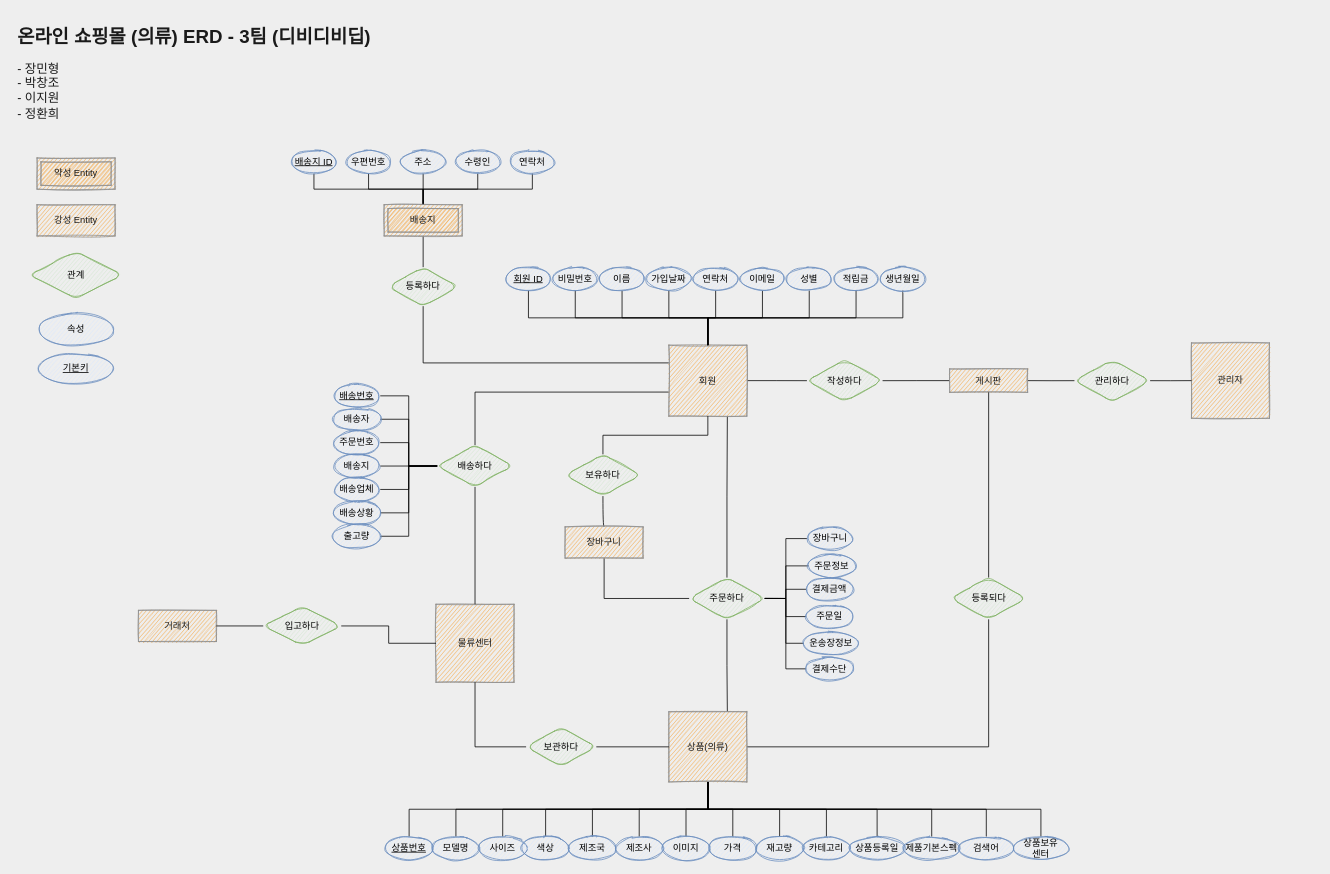
The draw.io diagram page "페이지-2의 복사본" (3 of 4) of Untitled Diagram.drawio in pcjo1202/DataBase-design, before the edit. Source tidied: cells renumbered, new cells numbered last; positions are measured from the earlier drawing's top-left corner, leaving out a move shared by most shapes. Both pictures are drawn from the tidied source at 78%, with x=0, y=0 at pixel (13, 21).
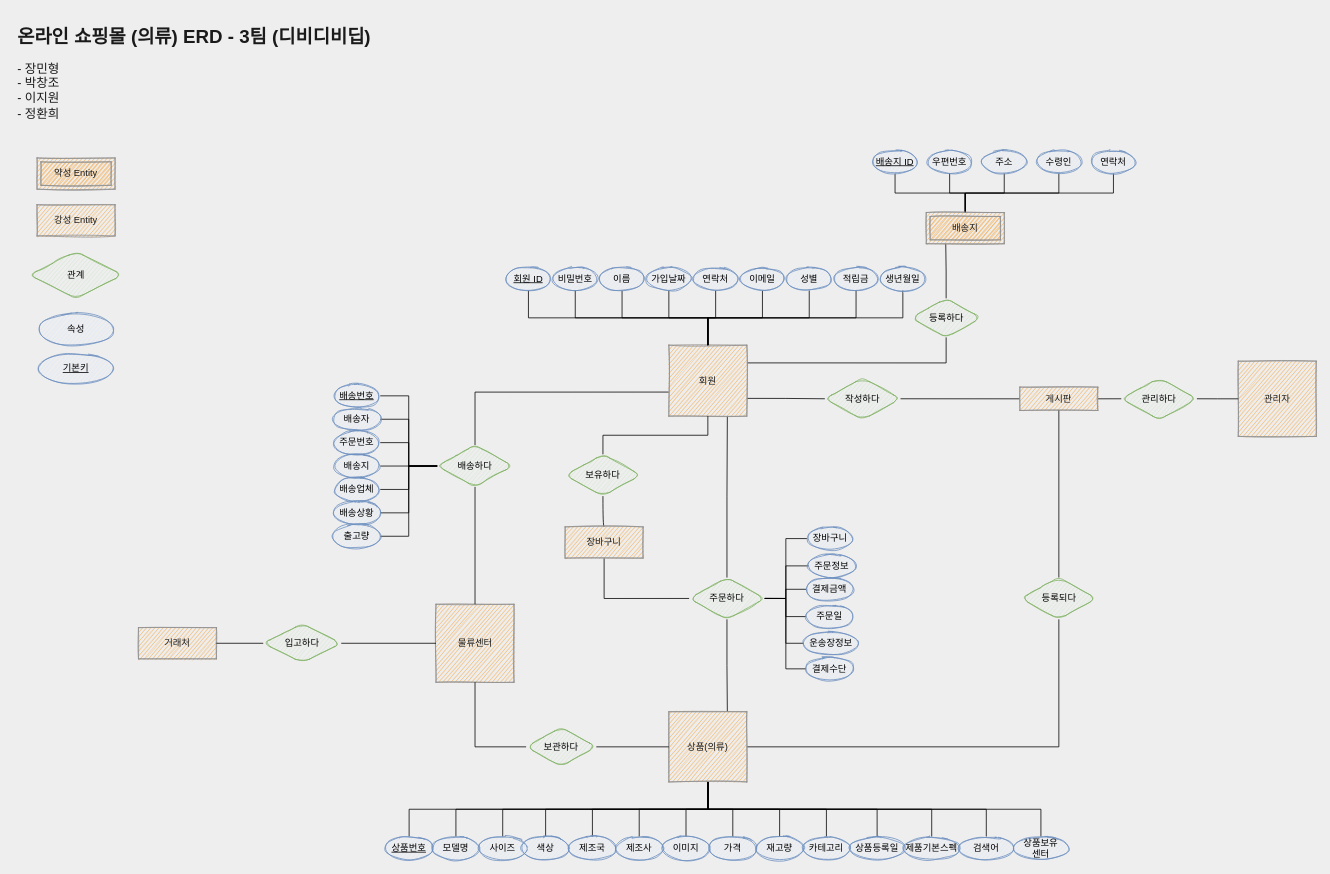
After the change.

Commit message:
이쁘게 수정

The change refers to these unchanged cells:
```xml
<mxCell id="29" value="회원" style="whiteSpace=wrap;html=1;align=center;rounded=0;sketch=1;fontColor=#1A1A1A;strokeColor=#909090;fillColor=#F5AB50;" parent="1" vertex="1">
  <mxGeometry x="840" y="415" width="100" height="91" as="geometry" />
</mxCell>
```

What changed in the source:
```diff
@@
-    <mxCell id="13" style="edgeStyle=orthogonalEdgeStyle;jettySize=auto;html=1;exitX=0.5;exitY=0;exitDx=0;exitDy=0;entryX=0.5;entryY=1;entryDx=0;entryDy=0;endArrow=none;endFill=0;rounded=0;" parent="1" edge="1" source="14" target="20">
+    <mxCell id="13" style="edgeStyle=orthogonalEdgeStyle;jettySize=auto;html=1;exitX=0.5;exitY=0;exitDx=0;exitDy=0;entryX=0.25;entryY=1;entryDx=0;entryDy=0;endArrow=none;endFill=0;rounded=0;" parent="1" edge="1" source="14" target="20">
       <mxGeometry relative="1" as="geometry" />
     </mxCell>
     <mxCell id="14" value="등록하다" style="shape=rhombus;perimeter=rhombusPerimeter;whiteSpace=wrap;html=1;align=center;fillColor=#d5e8d4;strokeColor=#82b366;sketch=1;rounded=1;" parent="1" vertex="1">
-      <mxGeometry x="480" y="315" width="90" height="50" as="geometry" />
+      <mxGeometry x="1150.5" y="355" width="90" height="50" as="geometry" />
     </mxCell>
@@
     <mxCell id="20" value="배송지" style="shape=ext;margin=3;double=1;whiteSpace=wrap;html=1;align=center;rounded=0;sketch=1;fontColor=#1A1A1A;strokeColor=#909090;fillColor=#F5AB50;" parent="1" vertex="1">
-      <mxGeometry x="475" y="235" width="100" height="40" as="geometry" />
+      <mxGeometry x="1170" y="245" width="100" height="40" as="geometry" />
     </mxCell>
@@
-    <mxCell id="27" style="edgeStyle=orthogonalEdgeStyle;jettySize=auto;html=1;exitX=1;exitY=0.5;exitDx=0;exitDy=0;entryX=0;entryY=0.5;entryDx=0;entryDy=0;endArrow=none;endFill=0;rounded=0;" parent="1" edge="1" source="29" target="73">
+    <mxCell id="27" style="edgeStyle=orthogonalEdgeStyle;jettySize=auto;html=1;exitX=1;exitY=0.75;exitDx=0;exitDy=0;entryX=0;entryY=0.5;entryDx=0;entryDy=0;endArrow=none;endFill=0;rounded=0;" parent="1" edge="1" source="29" target="73">
       <mxGeometry relative="1" as="geometry" />
     </mxCell>
-    <mxCell id="28" style="edgeStyle=orthogonalEdgeStyle;jettySize=auto;html=1;exitX=0;exitY=0.25;exitDx=0;exitDy=0;entryX=0.5;entryY=1;entryDx=0;entryDy=0;endArrow=none;endFill=0;rounded=0;" parent="1" edge="1" source="29" target="14">
+    <mxCell id="28" style="edgeStyle=orthogonalEdgeStyle;jettySize=auto;html=1;entryX=0.5;entryY=1;entryDx=0;entryDy=0;endArrow=none;endFill=0;rounded=0;exitX=1;exitY=0.25;exitDx=0;exitDy=0;" parent="1" edge="1" source="29" target="14">
       <mxGeometry relative="1" as="geometry" />
     </mxCell>
@@
     <mxCell id="46" value="배송지 ID" style="ellipse;whiteSpace=wrap;html=1;align=center;fontStyle=4;rounded=0;sketch=1;strokeColor=#6c8ebf;fillColor=#dae8fc;" parent="1" vertex="1">
-      <mxGeometry x="355" y="165" width="60" height="30" as="geometry" />
+      <mxGeometry x="1100" y="165" width="60" height="30" as="geometry" />
     </mxCell>
     <mxCell id="47" value="우편번호" style="ellipse;whiteSpace=wrap;html=1;align=center;rounded=0;sketch=1;strokeColor=#6c8ebf;fillColor=#dae8fc;" parent="1" vertex="1">
-      <mxGeometry x="425" y="165" width="60" height="30" as="geometry" />
+      <mxGeometry x="1170" y="165" width="60" height="30" as="geometry" />
     </mxCell>
     <mxCell id="48" value="주소" style="ellipse;whiteSpace=wrap;html=1;align=center;rounded=0;sketch=1;strokeColor=#6c8ebf;fillColor=#dae8fc;" parent="1" vertex="1">
-      <mxGeometry x="495" y="165" width="60" height="30" as="geometry" />
+      <mxGeometry x="1240" y="165" width="60" height="30" as="geometry" />
     </mxCell>
     <mxCell id="49" value="연락처" style="ellipse;whiteSpace=wrap;html=1;align=center;rounded=0;sketch=1;strokeColor=#6c8ebf;fillColor=#dae8fc;" parent="1" vertex="1">
-      <mxGeometry x="635" y="165" width="60" height="30" as="geometry" />
+      <mxGeometry x="1380" y="165" width="60" height="30" as="geometry" />
     </mxCell>
     <mxCell id="50" value="수령인" style="ellipse;whiteSpace=wrap;html=1;align=center;rounded=0;sketch=1;strokeColor=#6c8ebf;fillColor=#dae8fc;" parent="1" vertex="1">
-      <mxGeometry x="565" y="165" width="60" height="30" as="geometry" />
+      <mxGeometry x="1310" y="165" width="60" height="30" as="geometry" />
     </mxCell>
@@
     <mxCell id="53" value="거래처" style="whiteSpace=wrap;html=1;align=center;rounded=0;sketch=1;fontColor=#1A1A1A;strokeColor=#909090;fillColor=#F5AB50;" parent="1" vertex="1">
-      <mxGeometry x="160" y="755" width="100" height="40" as="geometry" />
+      <mxGeometry x="160" y="777.2" width="100" height="40" as="geometry" />
     </mxCell>
@@
     <mxCell id="57" value="입고하다" style="shape=rhombus;perimeter=rhombusPerimeter;whiteSpace=wrap;html=1;align=center;fillColor=#d5e8d4;strokeColor=#82b366;sketch=1;rounded=1;" parent="1" vertex="1">
-      <mxGeometry x="320" y="750" width="100" height="50" as="geometry" />
+      <mxGeometry x="320" y="772.2" width="100" height="50" as="geometry" />
     </mxCell>
@@
     <mxCell id="71" value="관리자" style="whiteSpace=wrap;html=1;align=center;rounded=0;sketch=1;fontColor=#1A1A1A;strokeColor=#909090;fillColor=#F5AB50;" parent="1" vertex="1">
-      <mxGeometry x="1510" y="412.2" width="100" height="96.5" as="geometry" />
+      <mxGeometry x="1570" y="435.5" width="100" height="96.5" as="geometry" />
     </mxCell>
@@
     <mxCell id="73" value="작성하다" style="shape=rhombus;perimeter=rhombusPerimeter;whiteSpace=wrap;html=1;align=center;fillColor=#d5e8d4;strokeColor=#82b366;sketch=1;rounded=1;" parent="1" vertex="1">
-      <mxGeometry x="1017" y="433.8" width="97" height="53.5" as="geometry" />
+      <mxGeometry x="1040" y="457" width="97" height="53.5" as="geometry" />
     </mxCell>
@@
     <mxCell id="76" value="관리하다" style="shape=rhombus;perimeter=rhombusPerimeter;whiteSpace=wrap;html=1;align=center;fillColor=#d5e8d4;strokeColor=#82b366;sketch=1;rounded=1;" parent="1" vertex="1">
-      <mxGeometry x="1360" y="433.8" width="97" height="53.5" as="geometry" />
+      <mxGeometry x="1420" y="457" width="97" height="53.5" as="geometry" />
     </mxCell>
@@
     <mxCell id="78" value="게시판" style="whiteSpace=wrap;html=1;align=center;rounded=0;sketch=1;fontColor=#1A1A1A;strokeColor=#909090;fillColor=#F5AB50;" parent="1" vertex="1">
-      <mxGeometry x="1200" y="445.5" width="100" height="30" as="geometry" />
+      <mxGeometry x="1290" y="468.8" width="100" height="30" as="geometry" />
     </mxCell>
@@
     <mxCell id="127" value="등록되다" style="shape=rhombus;perimeter=rhombusPerimeter;whiteSpace=wrap;html=1;align=center;fillColor=#d5e8d4;strokeColor=#82b366;sketch=1;rounded=1;" parent="1" vertex="1">
-      <mxGeometry x="1201.5" y="713" width="97" height="53.5" as="geometry" />
+      <mxGeometry x="1291.5" y="713" width="97" height="53.5" as="geometry" />
     </mxCell>
```
